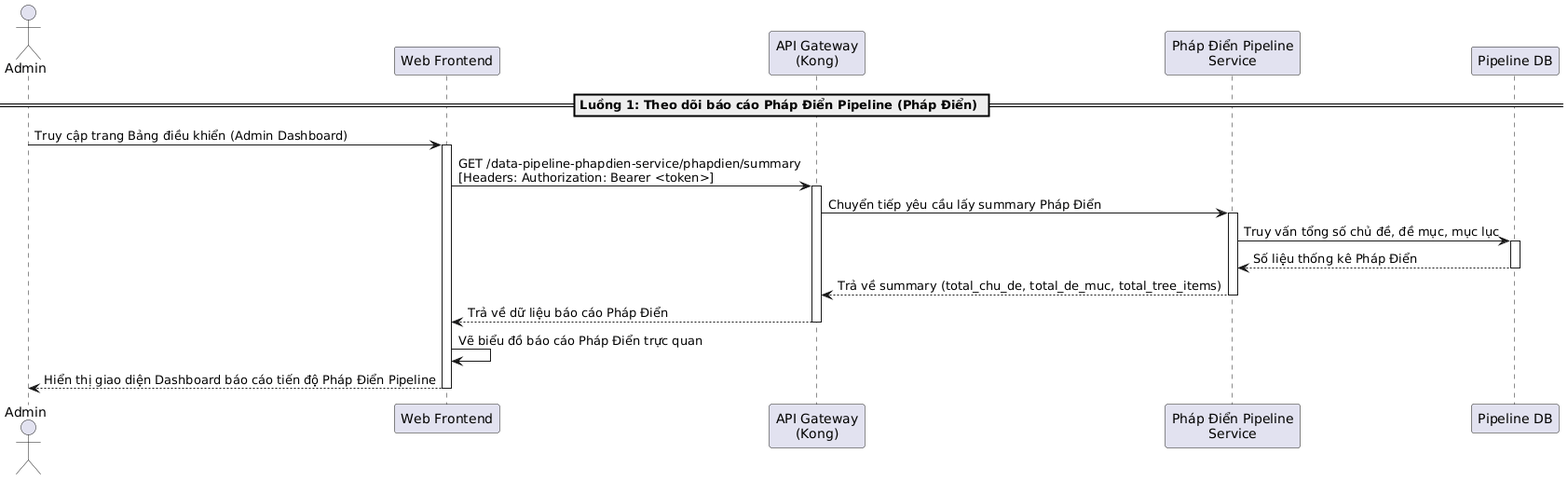
This is temp/05-sequence/UML-Sequence-26.png from 20206205Tech/docs-uml, a PlantUML export, as it was before one commit.
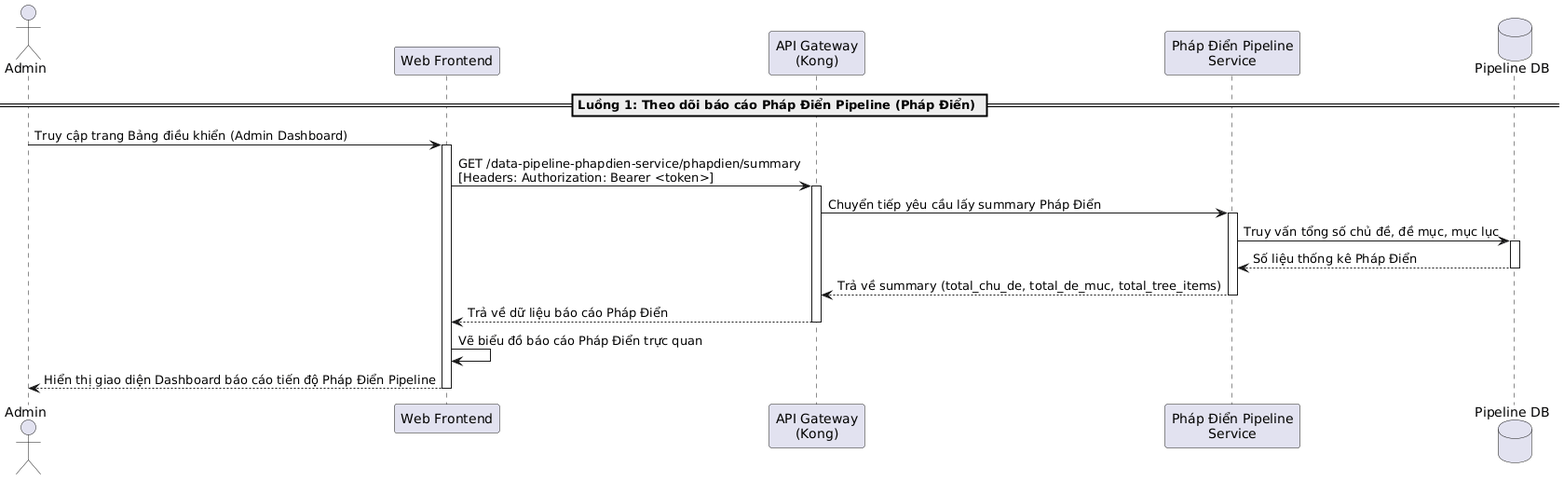
After the change.

Change to the diagram source:
```diff
@@ -3,7 +3,7 @@
 participant "Web Frontend" as Frontend
 participant "API Gateway\n(Kong)" as Kong
 participant "Pháp Điển Pipeline\nService" as PhapDienService
-participant "Pipeline DB" as DB
+database "Pipeline DB" as DB
 
 == Luồng 1: Theo dõi báo cáo Pháp Điển Pipeline (Pháp Điển) ==
 Admin -> Frontend: Truy cập trang Bảng điều khiển (Admin Dashboard)
```
